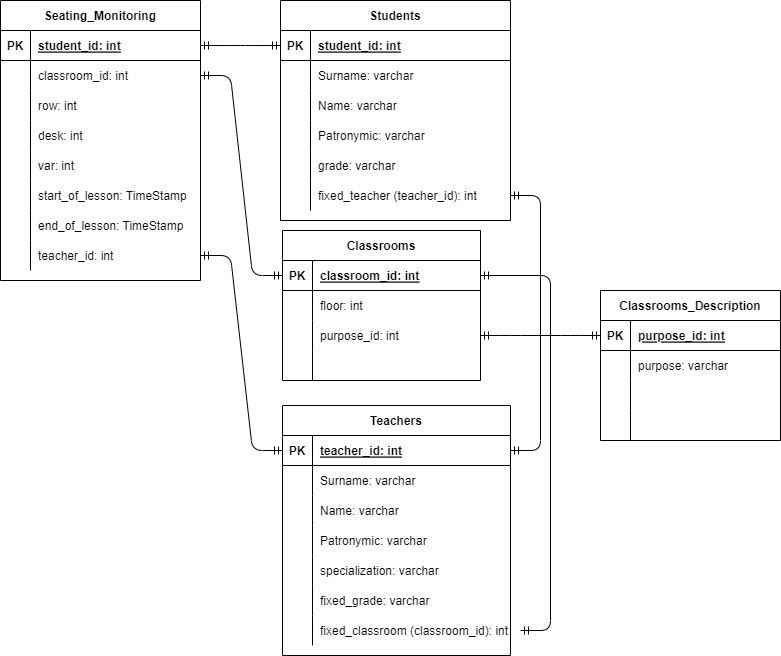
The draw.io diagram sem3task.drawio.png in EkaterinaShirkevich/Sem3Task_Database_Structure, before a commit. Source tidied: cells renumbered, new cells last; positions are measured from the earlier drawing's top-left corner, leaving out a move shared by most shapes.
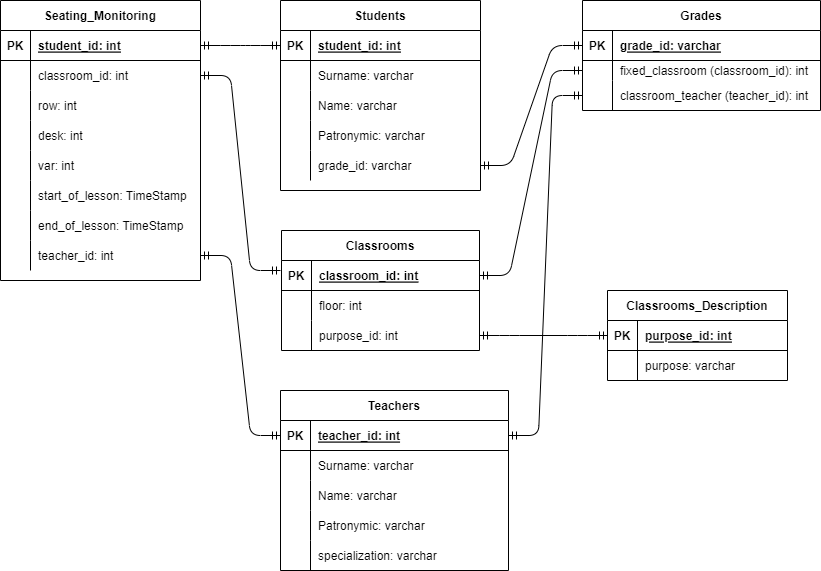
The same file after the commit.

Commit message:
third_var_of_structure

Change to the diagram source:
```diff
@@ -3,7 +3,7 @@
     <mxCell id="0" />
     <mxCell id="1" parent="0" />
     <mxCell id="2" value="Seating_Monitoring" style="shape=table;startSize=30;rowLines=0;fontStyle=1;align=center;" parent="1" vertex="1">
-      <mxGeometry width="200" height="280" as="geometry" />
+      <mxGeometry x="-40" y="-140" width="200" height="280" as="geometry" />
     </mxCell>
     <mxCell id="3" style="shape=partialRectangle;fillColor=none;top=0;left=0;bottom=1;right=0;points=[[0,0.5],[1,0.5]];portConstraint=eastwest;" parent="2" vertex="1">
       <mxGeometry y="30" width="200" height="30" as="geometry" />
@@ -78,67 +78,58 @@
       <mxGeometry x="30" width="170" height="30" as="geometry" />
     </mxCell>
     <mxCell id="27" value="Students" style="shape=table;startSize=30;rowLines=0;fontStyle=1;align=center;" parent="1" vertex="1">
-      <mxGeometry x="280" width="230" height="220" as="geometry" />
+      <mxGeometry x="240" y="-140" width="200" height="190" as="geometry" />
     </mxCell>
     <mxCell id="28" style="shape=partialRectangle;fillColor=none;top=0;left=0;bottom=1;right=0;points=[[0,0.5],[1,0.5]];portConstraint=eastwest;" parent="27" vertex="1">
-      <mxGeometry y="30" width="230" height="30" as="geometry" />
+      <mxGeometry y="30" width="200" height="30" as="geometry" />
     </mxCell>
     <mxCell id="29" value="PK" style="shape=partialRectangle;fillColor=none;top=0;left=0;bottom=0;right=0;fontStyle=1;overflow=hidden;" parent="28" vertex="1">
       <mxGeometry width="30" height="30" as="geometry" />
     </mxCell>
     <mxCell id="30" value="student_id: int" style="shape=partialRectangle;fillColor=none;top=0;left=0;bottom=0;right=0;align=left;spacingLeft=6;fontStyle=5;overflow=hidden;" parent="28" vertex="1">
-      <mxGeometry x="30" width="200" height="30" as="geometry" />
+      <mxGeometry x="30" width="170" height="30" as="geometry" />
     </mxCell>
     <mxCell id="31" style="shape=partialRectangle;fillColor=none;top=0;left=0;bottom=0;right=0;" parent="27" vertex="1">
-      <mxGeometry y="60" width="230" height="30" as="geometry" />
+      <mxGeometry y="60" width="200" height="30" as="geometry" />
     </mxCell>
     <mxCell id="32" style="shape=partialRectangle;fillColor=none;top=0;left=0;bottom=0;right=0;overflow=hidden;" parent="31" vertex="1">
       <mxGeometry width="30" height="30" as="geometry" />
     </mxCell>
     <mxCell id="33" value="Surname: varchar " style="shape=partialRectangle;fillColor=none;top=0;left=0;bottom=0;right=0;align=left;spacingLeft=6;overflow=hidden;" parent="31" vertex="1">
-      <mxGeometry x="30" width="200" height="30" as="geometry" />
+      <mxGeometry x="30" width="170" height="30" as="geometry" />
     </mxCell>
     <mxCell id="34" style="shape=partialRectangle;fillColor=none;top=0;left=0;bottom=0;right=0;" parent="27" vertex="1">
-      <mxGeometry y="90" width="230" height="30" as="geometry" />
+      <mxGeometry y="90" width="200" height="30" as="geometry" />
     </mxCell>
     <mxCell id="35" style="shape=partialRectangle;fillColor=none;top=0;left=0;bottom=0;right=0;overflow=hidden;" parent="34" vertex="1">
       <mxGeometry width="30" height="30" as="geometry" />
     </mxCell>
     <mxCell id="36" value="Name: varchar " style="shape=partialRectangle;fillColor=none;top=0;left=0;bottom=0;right=0;align=left;spacingLeft=6;overflow=hidden;" parent="34" vertex="1">
-      <mxGeometry x="30" width="200" height="30" as="geometry" />
+      <mxGeometry x="30" width="170" height="30" as="geometry" />
     </mxCell>
     <mxCell id="37" style="shape=partialRectangle;fillColor=none;top=0;left=0;bottom=0;right=0;" parent="27" vertex="1">
-      <mxGeometry y="120" width="230" height="30" as="geometry" />
+      <mxGeometry y="120" width="200" height="30" as="geometry" />
     </mxCell>
     <mxCell id="38" style="shape=partialRectangle;fillColor=none;top=0;left=0;bottom=0;right=0;overflow=hidden;" parent="37" vertex="1">
       <mxGeometry width="30" height="30" as="geometry" />
     </mxCell>
     <mxCell id="39" value="Patronymic: varchar " style="shape=partialRectangle;fillColor=none;top=0;left=0;bottom=0;right=0;align=left;spacingLeft=6;overflow=hidden;" parent="37" vertex="1">
-      <mxGeometry x="30" width="200" height="30" as="geometry" />
+      <mxGeometry x="30" width="170" height="30" as="geometry" />
     </mxCell>
     <mxCell id="40" style="shape=partialRectangle;fillColor=none;top=0;left=0;bottom=0;right=0;points=[[0,0.5],[1,0.5]];portConstraint=eastwest;" parent="27" vertex="1">
-      <mxGeometry y="150" width="230" height="30" as="geometry" />
+      <mxGeometry y="150" width="200" height="30" as="geometry" />
     </mxCell>
     <mxCell id="41" style="shape=partialRectangle;fillColor=none;top=0;left=0;bottom=0;right=0;overflow=hidden;" parent="40" vertex="1">
       <mxGeometry width="30" height="30" as="geometry" />
     </mxCell>
-    <mxCell id="42" value="grade: varchar" style="shape=partialRectangle;fillColor=none;top=0;left=0;bottom=0;right=0;align=left;spacingLeft=6;overflow=hidden;" parent="40" vertex="1">
-      <mxGeometry x="30" width="200" height="30" as="geometry" />
+    <mxCell id="42" value="grade_id: varchar" style="shape=partialRectangle;fillColor=none;top=0;left=0;bottom=0;right=0;align=left;spacingLeft=6;overflow=hidden;" parent="40" vertex="1">
+      <mxGeometry x="30" width="170" height="30" as="geometry" />
     </mxCell>
-    <mxCell id="43" style="shape=partialRectangle;fillColor=none;top=0;left=0;bottom=0;right=0;points=[[0,0.5],[1,0.5]];portConstraint=eastwest;" parent="27" vertex="1">
-      <mxGeometry y="180" width="230" height="30" as="geometry" />
-    </mxCell>
-    <mxCell id="44" style="shape=partialRectangle;fillColor=none;top=0;left=0;bottom=0;right=0;overflow=hidden;" parent="43" vertex="1">
-      <mxGeometry width="30" height="30" as="geometry" />
-    </mxCell>
-    <mxCell id="45" value="fixed_teacher (teacher_id): int" style="shape=partialRectangle;fillColor=none;top=0;left=0;bottom=0;right=0;align=left;spacingLeft=6;overflow=hidden;" parent="43" vertex="1">
-      <mxGeometry x="30" width="200" height="30" as="geometry" />
-    </mxCell>
     <mxCell id="46" style="edgeStyle=entityRelationEdgeStyle;fontSize=12;html=1;endArrow=ERmandOne;startArrow=ERmandOne;exitX=1;exitY=0.5;exitDx=0;exitDy=0;entryX=0;entryY=0.5;entryDx=0;entryDy=0;" parent="1" edge="1" source="3" target="28">
       <mxGeometry relative="1" as="geometry" />
     </mxCell>
     <mxCell id="47" value="Classrooms" style="shape=table;startSize=30;rowLines=0;fontStyle=1;align=center;" parent="1" vertex="1">
-      <mxGeometry x="282" y="230" width="198" height="150" as="geometry" />
+      <mxGeometry x="241" y="90" width="198" height="120" as="geometry" />
     </mxCell>
     <mxCell id="48" style="shape=partialRectangle;fillColor=none;top=0;left=0;bottom=1;right=0;points=[[0,0.5],[1,0.5]];portConstraint=eastwest;" parent="47" vertex="1">
       <mxGeometry y="30" width="198" height="30" as="geometry" />
@@ -167,20 +158,13 @@
     <mxCell id="56" value="purpose_id: int" style="shape=partialRectangle;fillColor=none;top=0;left=0;bottom=0;right=0;align=left;spacingLeft=6;overflow=hidden;" parent="54" vertex="1">
       <mxGeometry x="30" width="168" height="30" as="geometry" />
     </mxCell>
-    <mxCell id="57" style="shape=partialRectangle;fillColor=none;top=0;left=0;bottom=0;right=0;" parent="47" vertex="1">
-      <mxGeometry y="120" width="198" height="30" as="geometry" />
-    </mxCell>
-    <mxCell id="58" style="shape=partialRectangle;fillColor=none;top=0;left=0;bottom=0;right=0;overflow=hidden;" parent="57" vertex="1">
-      <mxGeometry width="30" height="30" as="geometry" />
-    </mxCell>
-    <mxCell id="59" style="shape=partialRectangle;fillColor=none;top=0;left=0;bottom=0;right=0;align=left;spacingLeft=6;overflow=hidden;" parent="57" vertex="1">
-      <mxGeometry x="30" width="168" height="30" as="geometry" />
-    </mxCell>
-    <mxCell id="60" style="edgeStyle=entityRelationEdgeStyle;fontSize=12;html=1;endArrow=ERmandOne;startArrow=ERmandOne;entryX=0;entryY=0.5;entryDx=0;entryDy=0;" parent="1" edge="1" source="6" target="48">
-      <mxGeometry relative="1" as="geometry" />
+    <mxCell id="60" style="edgeStyle=entityRelationEdgeStyle;fontSize=12;html=1;endArrow=ERmandOne;startArrow=ERmandOne;" parent="1" edge="1" source="6">
+      <mxGeometry relative="1" as="geometry">
+        <mxPoint x="240" y="130" as="targetPoint" />
+      </mxGeometry>
     </mxCell>
     <mxCell id="61" value="Classrooms_Description" style="shape=table;startSize=30;rowLines=0;fontStyle=1;align=center;" parent="1" vertex="1">
-      <mxGeometry x="600" y="290" width="180" height="150" as="geometry" />
+      <mxGeometry x="567" y="150" width="180" height="90" as="geometry" />
     </mxCell>
     <mxCell id="62" style="shape=partialRectangle;fillColor=none;top=0;left=0;bottom=1;right=0;points=[[0,0.5],[1,0.5]];portConstraint=eastwest;" parent="61" vertex="1">
       <mxGeometry y="30" width="180" height="30" as="geometry" />
@@ -200,29 +184,8 @@
     <mxCell id="67" value="purpose: varchar " style="shape=partialRectangle;fillColor=none;top=0;left=0;bottom=0;right=0;align=left;spacingLeft=6;overflow=hidden;" parent="65" vertex="1">
       <mxGeometry x="30" width="150" height="30" as="geometry" />
     </mxCell>
-    <mxCell id="68" style="shape=partialRectangle;fillColor=none;top=0;left=0;bottom=0;right=0;" parent="61" vertex="1">
-      <mxGeometry y="90" width="180" height="30" as="geometry" />
-    </mxCell>
-    <mxCell id="69" style="shape=partialRectangle;fillColor=none;top=0;left=0;bottom=0;right=0;overflow=hidden;" parent="68" vertex="1">
-      <mxGeometry width="30" height="30" as="geometry" />
-    </mxCell>
-    <mxCell id="70" style="shape=partialRectangle;fillColor=none;top=0;left=0;bottom=0;right=0;align=left;spacingLeft=6;overflow=hidden;" parent="68" vertex="1">
-      <mxGeometry x="30" width="150" height="30" as="geometry" />
-    </mxCell>
-    <mxCell id="71" style="shape=partialRectangle;fillColor=none;top=0;left=0;bottom=0;right=0;" parent="61" vertex="1">
-      <mxGeometry y="120" width="180" height="30" as="geometry" />
-    </mxCell>
-    <mxCell id="72" style="shape=partialRectangle;fillColor=none;top=0;left=0;bottom=0;right=0;overflow=hidden;" parent="71" vertex="1">
-      <mxGeometry width="30" height="30" as="geometry" />
-    </mxCell>
-    <mxCell id="73" style="shape=partialRectangle;fillColor=none;top=0;left=0;bottom=0;right=0;align=left;spacingLeft=6;overflow=hidden;" parent="71" vertex="1">
-      <mxGeometry x="30" width="150" height="30" as="geometry" />
-    </mxCell>
-    <mxCell id="74" style="edgeStyle=entityRelationEdgeStyle;fontSize=12;html=1;endArrow=ERmandOne;startArrow=ERmandOne;exitX=1;exitY=0.5;exitDx=0;exitDy=0;entryX=0;entryY=0.5;entryDx=0;entryDy=0;" parent="1" edge="1" source="54" target="62">
-      <mxGeometry relative="1" as="geometry" />
-    </mxCell>
     <mxCell id="75" value="Teachers" style="shape=table;startSize=30;rowLines=0;fontStyle=1;align=center;" parent="1" vertex="1">
-      <mxGeometry x="282" y="405" width="228" height="250" as="geometry" />
+      <mxGeometry x="240" y="250" width="228" height="180" as="geometry" />
     </mxCell>
     <mxCell id="76" style="shape=partialRectangle;fillColor=none;top=0;left=0;bottom=1;right=0;points=[[0,0.5],[1,0.5]];portConstraint=eastwest;" parent="75" vertex="1">
       <mxGeometry y="30" width="228" height="30" as="geometry" />
@@ -269,34 +232,50 @@
     <mxCell id="90" value="specialization: varchar " style="shape=partialRectangle;fillColor=none;top=0;left=0;bottom=0;right=0;align=left;spacingLeft=6;overflow=hidden;" parent="88" vertex="1">
       <mxGeometry x="30" width="198" height="30" as="geometry" />
     </mxCell>
-    <mxCell id="91" style="shape=partialRectangle;fillColor=none;top=0;left=0;bottom=0;right=0;" parent="75" vertex="1">
-      <mxGeometry y="180" width="228" height="30" as="geometry" />
-    </mxCell>
-    <mxCell id="92" style="shape=partialRectangle;fillColor=none;top=0;left=0;bottom=0;right=0;overflow=hidden;" parent="91" vertex="1">
-      <mxGeometry width="30" height="30" as="geometry" />
-    </mxCell>
-    <mxCell id="93" value="fixed_grade: varchar " style="shape=partialRectangle;fillColor=none;top=0;left=0;bottom=0;right=0;align=left;spacingLeft=6;overflow=hidden;" parent="91" vertex="1">
-      <mxGeometry x="30" width="198" height="30" as="geometry" />
-    </mxCell>
-    <mxCell id="94" style="shape=partialRectangle;fillColor=none;top=0;left=0;bottom=0;right=0;" parent="75" vertex="1">
-      <mxGeometry y="210" width="228" height="30" as="geometry" />
-    </mxCell>
-    <mxCell id="95" style="shape=partialRectangle;fillColor=none;top=0;left=0;bottom=0;right=0;overflow=hidden;" parent="94" vertex="1">
-      <mxGeometry width="30" height="30" as="geometry" />
-    </mxCell>
+    <mxCell id="97" style="edgeStyle=entityRelationEdgeStyle;fontSize=12;html=1;endArrow=ERmandOne;startArrow=ERmandOne;entryX=1;entryY=0.5;entryDx=0;entryDy=0;exitX=0;exitY=0.5;exitDx=0;exitDy=0;" parent="1" edge="1" source="76" target="24">
+      <mxGeometry relative="1" as="geometry" />
+    </mxCell>
+    <mxCell id="99" style="edgeStyle=entityRelationEdgeStyle;fontSize=12;html=1;endArrow=ERmandOne;startArrow=ERmandOne;exitX=1;exitY=0.5;exitDx=0;exitDy=0;exitPerimeter=0;entryX=0;entryY=0.5;entryDx=0;entryDy=0;" parent="1" edge="1" source="76" target="106">
+      <mxGeometry relative="1" as="geometry" />
+    </mxCell>
+    <mxCell id="100" value="Grades" style="shape=table;startSize=30;rowLines=0;fontStyle=1;align=center;" parent="1" vertex="1">
+      <mxGeometry x="542" y="-140" width="238" height="110" as="geometry" />
+    </mxCell>
+    <mxCell id="101" style="shape=partialRectangle;fillColor=none;top=0;left=0;bottom=1;right=0;points=[[0,0.5],[1,0.5]];portConstraint=eastwest;" parent="100" vertex="1">
+      <mxGeometry y="30" width="238" height="30" as="geometry" />
+    </mxCell>
+    <mxCell id="102" value="PK" style="shape=partialRectangle;fillColor=none;top=0;left=0;bottom=0;right=0;fontStyle=1;overflow=hidden;" parent="101" vertex="1">
+      <mxGeometry width="30" height="30" as="geometry" />
+    </mxCell>
+    <mxCell id="103" value="grade_id: varchar" style="shape=partialRectangle;fillColor=none;top=0;left=0;bottom=0;right=0;align=left;spacingLeft=6;fontStyle=5;overflow=hidden;" parent="101" vertex="1">
+      <mxGeometry x="30" width="208" height="30" as="geometry" />
+    </mxCell>
+    <mxCell id="104" style="shape=partialRectangle;fillColor=none;top=0;left=0;bottom=0;right=0;points=[[0,0.5],[1,0.5]];portConstraint=eastwest;" parent="100" vertex="1">
+      <mxGeometry y="60" width="238" height="20" as="geometry" />
+    </mxCell>
+    <mxCell id="105" style="shape=partialRectangle;fillColor=none;top=0;left=0;bottom=0;right=0;overflow=hidden;" parent="104" vertex="1">
+      <mxGeometry width="30" height="20" as="geometry" />
+    </mxCell>
-    <mxCell id="96" value="fixed_classroom (classroom_id): int " style="shape=partialRectangle;fillColor=none;top=0;left=0;bottom=0;right=0;align=left;spacingLeft=6;overflow=hidden;" parent="94" vertex="1">
-      <mxGeometry x="30" width="198" height="30" as="geometry" />
+    <mxCell id="96" value="fixed_classroom (classroom_id): int " style="shape=partialRectangle;fillColor=none;top=0;left=0;bottom=0;right=0;align=left;spacingLeft=6;overflow=hidden;" parent="104" vertex="1">
+      <mxGeometry x="30" width="208" height="20" as="geometry" />
     </mxCell>
-    <mxCell id="97" style="edgeStyle=entityRelationEdgeStyle;fontSize=12;html=1;endArrow=ERmandOne;startArrow=ERmandOne;entryX=1;entryY=0.5;entryDx=0;entryDy=0;exitX=0;exitY=0.5;exitDx=0;exitDy=0;" parent="1" edge="1" source="76" target="24">
-      <mxGeometry relative="1" as="geometry" />
-    </mxCell>
-    <mxCell id="98" style="edgeStyle=entityRelationEdgeStyle;fontSize=12;html=1;endArrow=ERmandOne;startArrow=ERmandOne;entryX=1;entryY=0.5;entryDx=0;entryDy=0;" parent="1" edge="1" target="48">
-      <mxGeometry relative="1" as="geometry">
-        <mxPoint x="520" y="630" as="sourcePoint" />
-      </mxGeometry>
-    </mxCell>
-    <mxCell id="99" style="edgeStyle=entityRelationEdgeStyle;fontSize=12;html=1;endArrow=ERmandOne;startArrow=ERmandOne;entryX=1;entryY=0.5;entryDx=0;entryDy=0;exitX=1;exitY=0.5;exitDx=0;exitDy=0;exitPerimeter=0;" parent="1" edge="1" source="76" target="43">
-      <mxGeometry relative="1" as="geometry" />
-    </mxCell>
+    <mxCell id="106" style="shape=partialRectangle;fillColor=none;top=0;left=0;bottom=0;right=0;points=[[0,0.5],[1,0.5]];portConstraint=eastwest;" parent="100" vertex="1">
+      <mxGeometry y="80" width="238" height="30" as="geometry" />
+    </mxCell>
+    <mxCell id="107" style="shape=partialRectangle;fillColor=none;top=0;left=0;bottom=0;right=0;overflow=hidden;" parent="106" vertex="1">
+      <mxGeometry width="30" height="30" as="geometry" />
+    </mxCell>
+    <mxCell id="108" value="classroom_teacher (teacher_id): int" style="shape=partialRectangle;fillColor=none;top=0;left=0;bottom=0;right=0;align=left;spacingLeft=6;overflow=hidden;" parent="106" vertex="1">
+      <mxGeometry x="30" width="208" height="30" as="geometry" />
+    </mxCell>
+    <mxCell id="109" style="edgeStyle=entityRelationEdgeStyle;fontSize=12;html=1;endArrow=ERmandOne;startArrow=ERmandOne;entryX=1;entryY=0.5;entryDx=0;entryDy=0;exitX=0;exitY=0.5;exitDx=0;exitDy=0;" parent="1" edge="1" source="62" target="54">
+      <mxGeometry relative="1" as="geometry" />
+    </mxCell>
+    <mxCell id="110" style="edgeStyle=entityRelationEdgeStyle;fontSize=12;html=1;endArrow=ERmandOne;startArrow=ERmandOne;entryX=0;entryY=0.5;entryDx=0;entryDy=0;exitX=1;exitY=0.5;exitDx=0;exitDy=0;" parent="1" edge="1" source="40" target="101">
+      <mxGeometry relative="1" as="geometry" />
+    </mxCell>
+    <mxCell id="111" style="edgeStyle=entityRelationEdgeStyle;fontSize=12;html=1;endArrow=ERmandOne;startArrow=ERmandOne;exitX=1;exitY=0.5;exitDx=0;exitDy=0;entryX=0;entryY=0.5;entryDx=0;entryDy=0;" parent="1" edge="1" source="48" target="104">
+      <mxGeometry relative="1" as="geometry" />
+    </mxCell>
   </root>
 </mxGraphModel>
```
